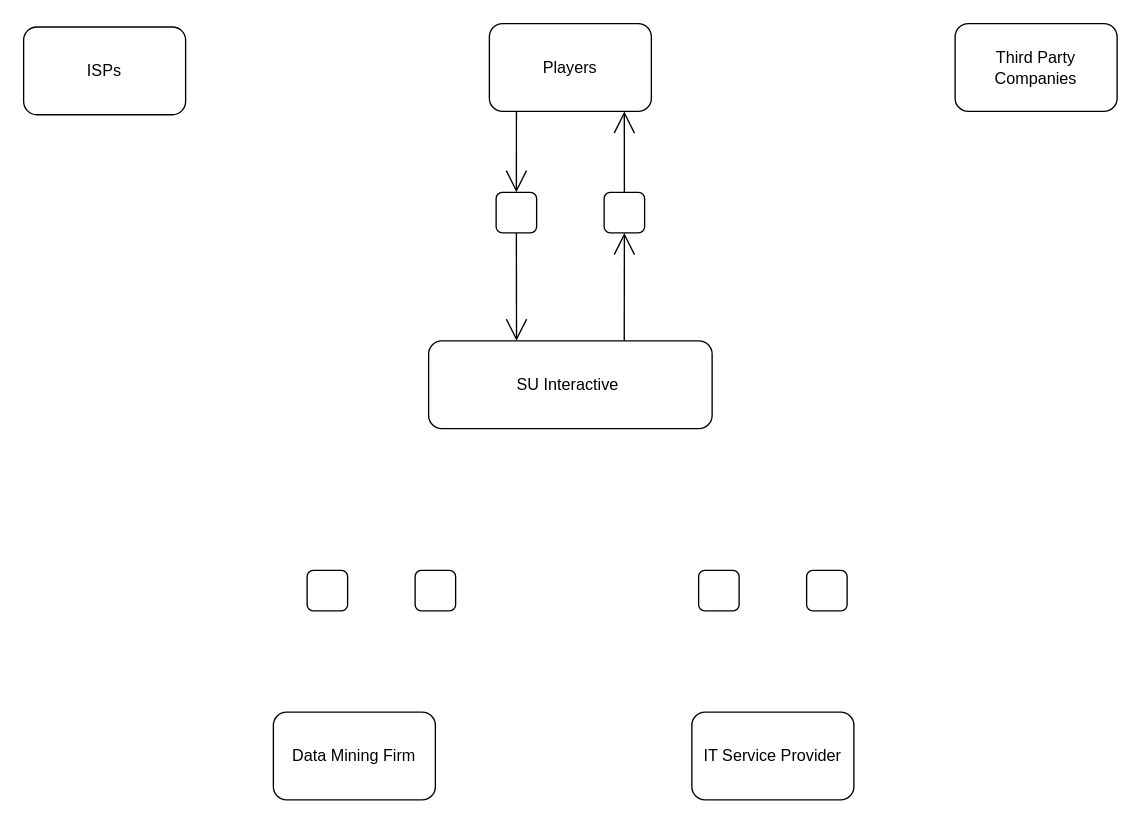
Earlier version of the draw.io diagram IS1.drawio (NishChahar/Uni-Assignments). Source tidied: cells renumbered, new cells numbered last; positions are measured from the earlier drawing's top-left corner, leaving out a move shared by most shapes. Both pictures are drawn from the tidied source at 135%, with x=0, y=0 at pixel (23, 23).
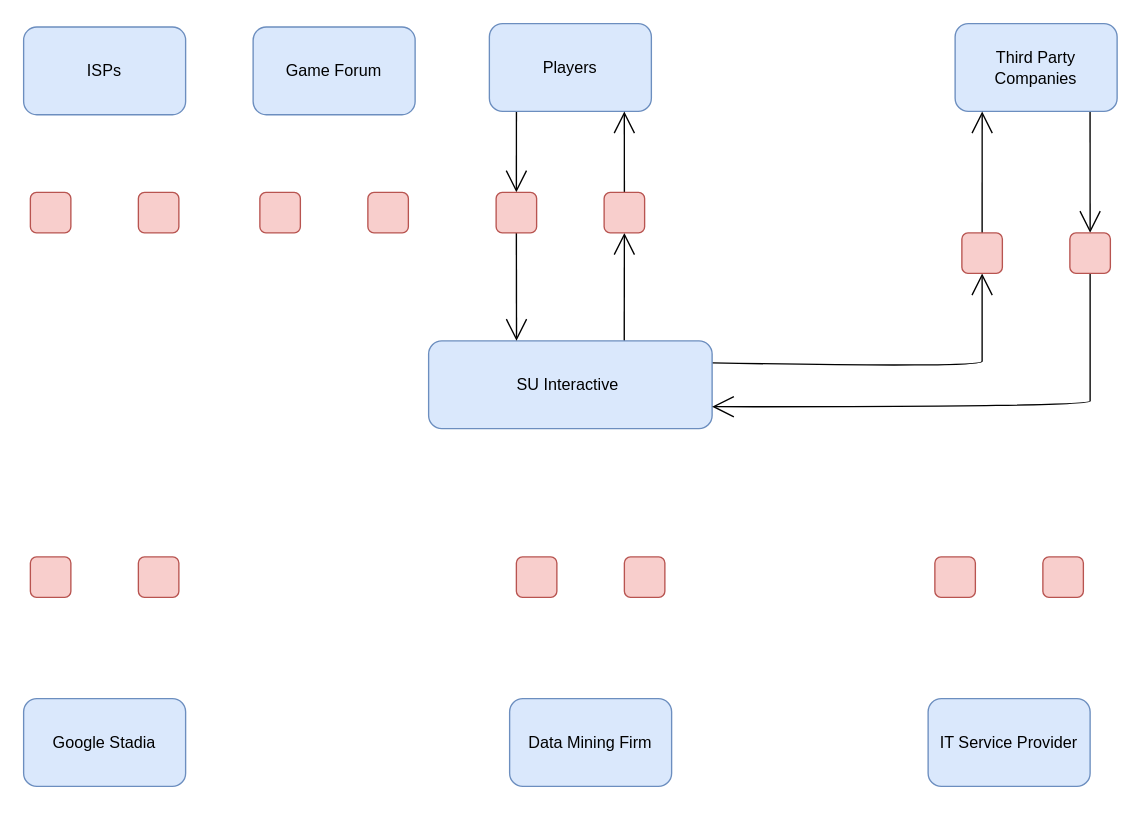
Above is the later version.

The edit, as a diff of the source:
```diff
@@
-    <mxCell id="2" value="IT Service Provider" style="rounded=1;whiteSpace=wrap;html=1;hachureGap=4;" parent="1" vertex="1">
-      <mxGeometry x="495" y="510" width="120" height="65" as="geometry" />
+    <mxCell id="2" value="IT Service Provider" style="rounded=1;whiteSpace=wrap;html=1;hachureGap=4;fillColor=#dae8fc;strokeColor=#6c8ebf;" parent="1" vertex="1">
+      <mxGeometry x="670" y="500" width="120" height="65" as="geometry" />
     </mxCell>
@@
+    <mxCell id="18" style="edgeStyle=none;curved=1;rounded=0;jettySize=auto;html=1;endArrow=open;startSize=14;endSize=14;sourcePerimeterSpacing=8;targetPerimeterSpacing=8;exitX=1;exitY=0.25;exitDx=0;exitDy=0;entryX=0.5;entryY=1;entryDx=0;entryDy=0;" parent="1" edge="1" source="4" target="25">
+      <mxGeometry relative="1" as="geometry">
+        <Array as="points">
+          <mxPoint x="710" y="255" />
+          <mxPoint x="710" y="245" />
+        </Array>
+      </mxGeometry>
+    </mxCell>
-    <mxCell id="4" value="SU Interactive&amp;nbsp;" style="rounded=1;whiteSpace=wrap;html=1;hachureGap=4;" parent="1" vertex="1">
+    <mxCell id="4" value="SU Interactive&amp;nbsp;" style="rounded=1;whiteSpace=wrap;html=1;hachureGap=4;fillColor=#dae8fc;strokeColor=#6c8ebf;" parent="1" vertex="1">
       <mxGeometry x="300" y="235" width="210" height="65" as="geometry" />
     </mxCell>
@@
-    <mxCell id="6" value="Players" style="rounded=1;whiteSpace=wrap;html=1;hachureGap=4;" parent="1" vertex="1">
+    <mxCell id="6" value="Players" style="rounded=1;whiteSpace=wrap;html=1;hachureGap=4;fillColor=#dae8fc;strokeColor=#6c8ebf;" parent="1" vertex="1">
       <mxGeometry x="345" width="120" height="65" as="geometry" />
     </mxCell>
-    <mxCell id="7" value="ISPs" style="rounded=1;whiteSpace=wrap;html=1;hachureGap=4;" parent="1" vertex="1">
+    <mxCell id="7" value="ISPs" style="rounded=1;whiteSpace=wrap;html=1;hachureGap=4;fillColor=#dae8fc;strokeColor=#6c8ebf;" parent="1" vertex="1">
       <mxGeometry y="2.5" width="120" height="65" as="geometry" />
     </mxCell>
+    <mxCell id="19" style="edgeStyle=none;curved=1;rounded=0;jettySize=auto;html=1;endArrow=open;startSize=14;endSize=14;sourcePerimeterSpacing=8;targetPerimeterSpacing=8;entryX=0.5;entryY=0;entryDx=0;entryDy=0;exitX=0.833;exitY=1;exitDx=0;exitDy=0;exitPerimeter=0;" parent="1" edge="1" source="8" target="23">
+      <mxGeometry relative="1" as="geometry" />
+    </mxCell>
-    <mxCell id="8" value="Third Party Companies" style="rounded=1;whiteSpace=wrap;html=1;hachureGap=4;" parent="1" vertex="1">
+    <mxCell id="8" value="Third Party Companies" style="rounded=1;whiteSpace=wrap;html=1;hachureGap=4;fillColor=#dae8fc;strokeColor=#6c8ebf;" parent="1" vertex="1">
       <mxGeometry x="690" width="120" height="65" as="geometry" />
     </mxCell>
-    <mxCell id="9" value="Data Mining Firm" style="rounded=1;whiteSpace=wrap;html=1;hachureGap=4;" parent="1" vertex="1">
-      <mxGeometry x="185" y="510" width="120" height="65" as="geometry" />
+    <mxCell id="9" value="Data Mining Firm" style="rounded=1;whiteSpace=wrap;html=1;hachureGap=4;fillColor=#dae8fc;strokeColor=#6c8ebf;" parent="1" vertex="1">
+      <mxGeometry x="360" y="500" width="120" height="65" as="geometry" />
     </mxCell>
@@
-    <mxCell id="11" style="rounded=1;whiteSpace=wrap;html=1;hachureGap=4;" parent="1" vertex="1">
+    <mxCell id="11" style="rounded=1;whiteSpace=wrap;html=1;hachureGap=4;fillColor=#f8cecc;strokeColor=#b85450;" parent="1" vertex="1">
       <mxGeometry x="430" y="125" width="30" height="30" as="geometry" />
     </mxCell>
@@
-    <mxCell id="13" style="rounded=1;whiteSpace=wrap;html=1;hachureGap=4;" parent="1" vertex="1">
+    <mxCell id="13" style="rounded=1;whiteSpace=wrap;html=1;hachureGap=4;fillColor=#f8cecc;strokeColor=#b85450;" parent="1" vertex="1">
       <mxGeometry x="350" y="125" width="30" height="30" as="geometry" />
     </mxCell>
-    <mxCell id="14" style="rounded=1;whiteSpace=wrap;html=1;hachureGap=4;" parent="1" vertex="1">
-      <mxGeometry x="580" y="405" width="30" height="30" as="geometry" />
+    <mxCell id="14" style="rounded=1;whiteSpace=wrap;html=1;hachureGap=4;fillColor=#f8cecc;strokeColor=#b85450;" parent="1" vertex="1">
+      <mxGeometry x="755" y="395" width="30" height="30" as="geometry" />
     </mxCell>
-    <mxCell id="15" style="rounded=1;whiteSpace=wrap;html=1;hachureGap=4;" parent="1" vertex="1">
-      <mxGeometry x="500" y="405" width="30" height="30" as="geometry" />
+    <mxCell id="15" style="rounded=1;whiteSpace=wrap;html=1;hachureGap=4;fillColor=#f8cecc;strokeColor=#b85450;" parent="1" vertex="1">
+      <mxGeometry x="675" y="395" width="30" height="30" as="geometry" />
     </mxCell>
-    <mxCell id="16" style="rounded=1;whiteSpace=wrap;html=1;hachureGap=4;" parent="1" vertex="1">
-      <mxGeometry x="290" y="405" width="30" height="30" as="geometry" />
+    <mxCell id="16" style="rounded=1;whiteSpace=wrap;html=1;hachureGap=4;fillColor=#f8cecc;strokeColor=#b85450;" parent="1" vertex="1">
+      <mxGeometry x="445" y="395" width="30" height="30" as="geometry" />
     </mxCell>
-    <mxCell id="17" style="rounded=1;whiteSpace=wrap;html=1;hachureGap=4;" parent="1" vertex="1">
-      <mxGeometry x="210" y="405" width="30" height="30" as="geometry" />
+    <mxCell id="17" style="rounded=1;whiteSpace=wrap;html=1;hachureGap=4;fillColor=#f8cecc;strokeColor=#b85450;" parent="1" vertex="1">
+      <mxGeometry x="365" y="395" width="30" height="30" as="geometry" />
     </mxCell>
+    <mxCell id="20" style="rounded=1;whiteSpace=wrap;html=1;hachureGap=4;fillColor=#f8cecc;strokeColor=#b85450;" parent="1" vertex="1">
+      <mxGeometry x="85" y="125" width="30" height="30" as="geometry" />
+    </mxCell>
+    <mxCell id="21" style="rounded=1;whiteSpace=wrap;html=1;hachureGap=4;fillColor=#f8cecc;strokeColor=#b85450;" parent="1" vertex="1">
+      <mxGeometry x="5" y="125" width="30" height="30" as="geometry" />
+    </mxCell>
+    <mxCell id="22" style="edgeStyle=none;curved=1;rounded=0;jettySize=auto;html=1;endArrow=open;startSize=14;endSize=14;sourcePerimeterSpacing=8;targetPerimeterSpacing=8;entryX=1;entryY=0.75;entryDx=0;entryDy=0;exitX=0.5;exitY=1;exitDx=0;exitDy=0;" parent="1" edge="1" source="23" target="4">
+      <mxGeometry relative="1" as="geometry">
+        <Array as="points">
+          <mxPoint x="790" y="275" />
+          <mxPoint x="790" y="284" />
+        </Array>
+      </mxGeometry>
+    </mxCell>
+    <mxCell id="23" style="rounded=1;whiteSpace=wrap;html=1;hachureGap=4;fillColor=#f8cecc;strokeColor=#b85450;" parent="1" vertex="1">
+      <mxGeometry x="775" y="155" width="30" height="30" as="geometry" />
+    </mxCell>
+    <mxCell id="24" style="edgeStyle=none;curved=1;rounded=0;jettySize=auto;html=1;endArrow=open;startSize=14;endSize=14;sourcePerimeterSpacing=8;targetPerimeterSpacing=8;exitX=0.5;exitY=0;exitDx=0;exitDy=0;entryX=0.167;entryY=1;entryDx=0;entryDy=0;entryPerimeter=0;" parent="1" edge="1" source="25" target="8">
+      <mxGeometry relative="1" as="geometry" />
+    </mxCell>
+    <mxCell id="25" style="rounded=1;whiteSpace=wrap;html=1;hachureGap=4;fillColor=#f8cecc;strokeColor=#b85450;" parent="1" vertex="1">
+      <mxGeometry x="695" y="155" width="30" height="30" as="geometry" />
+    </mxCell>
+    <mxCell id="26" value="Google Stadia" style="rounded=1;whiteSpace=wrap;html=1;hachureGap=4;fillColor=#dae8fc;strokeColor=#6c8ebf;" parent="1" vertex="1">
+      <mxGeometry y="500" width="120" height="65" as="geometry" />
+    </mxCell>
+    <mxCell id="27" style="rounded=1;whiteSpace=wrap;html=1;hachureGap=4;fillColor=#f8cecc;strokeColor=#b85450;" parent="1" vertex="1">
+      <mxGeometry x="85" y="395" width="30" height="30" as="geometry" />
+    </mxCell>
+    <mxCell id="28" style="rounded=1;whiteSpace=wrap;html=1;hachureGap=4;fillColor=#f8cecc;strokeColor=#b85450;" parent="1" vertex="1">
+      <mxGeometry x="5" y="395" width="30" height="30" as="geometry" />
+    </mxCell>
+    <mxCell id="29" value="Game Forum" style="rounded=1;whiteSpace=wrap;html=1;hachureGap=4;fillColor=#dae8fc;strokeColor=#6c8ebf;" parent="1" vertex="1">
+      <mxGeometry x="170" y="2.5" width="120" height="65" as="geometry" />
+    </mxCell>
+    <mxCell id="30" style="rounded=1;whiteSpace=wrap;html=1;hachureGap=4;fillColor=#f8cecc;strokeColor=#b85450;" parent="1" vertex="1">
+      <mxGeometry x="255" y="125" width="30" height="30" as="geometry" />
+    </mxCell>
+    <mxCell id="31" style="rounded=1;whiteSpace=wrap;html=1;hachureGap=4;fillColor=#f8cecc;strokeColor=#b85450;" parent="1" vertex="1">
+      <mxGeometry x="175" y="125" width="30" height="30" as="geometry" />
+    </mxCell>
```
